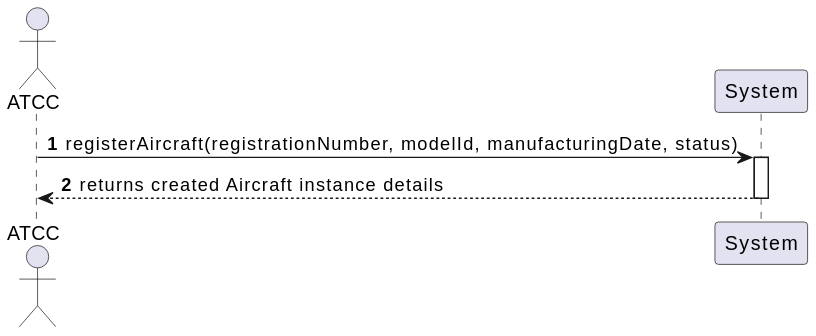
The PlantUML diagram docs/system-documentation/use-cases/WP1A/US102/svg/ssd_us102.svg in VascoMagolo/psoft_1231562_1241692_1242036_2db, before a commit. The source it was exported from:
```plantuml
@startuml
autonumber
actor "ATCC" as ATCC
participant "System" as Sys

ATCC -> Sys : registerAircraft(registrationNumber, modelId, manufacturingDate, status)
activate Sys
Sys --> ATCC : returns created Aircraft instance details
deactivate Sys
@enduml
```
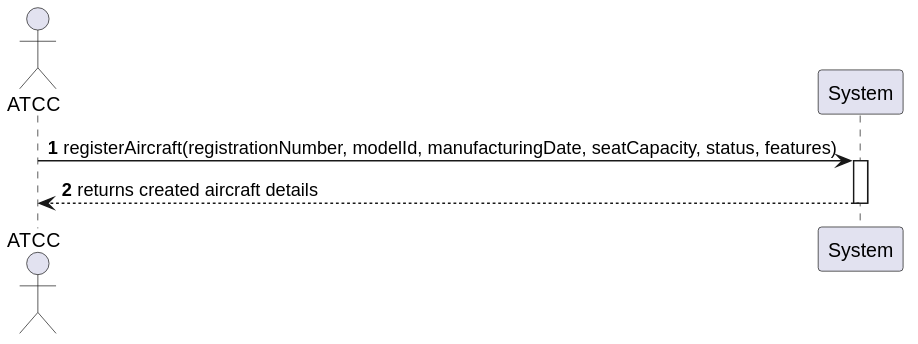
After the commit.

Change to the diagram source:
```diff
@@ -1,10 +1,9 @@
 @startuml
 autonumber
-actor "ATCC" as ATCC
+actor "ATCC" as Actor
 participant "System" as Sys
-
-ATCC -> Sys : registerAircraft(registrationNumber, modelId, manufacturingDate, status)
+Actor -> Sys : registerAircraft(registrationNumber, modelId, manufacturingDate, seatCapacity, status, features)
 activate Sys
-Sys --> ATCC : returns created Aircraft instance details
+Sys --> Actor : returns created aircraft details
 deactivate Sys
 @enduml
```
